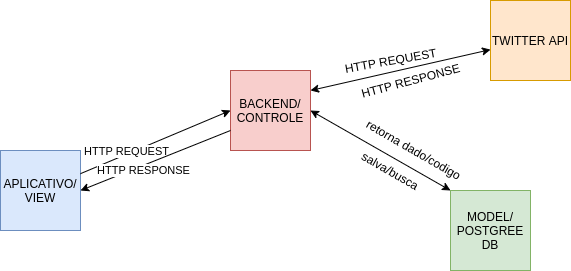
SAMCRODE/twillingbot-mobile keeps this draw.io diagram as 3.Projeto/3.1.DA/diagrama.png. Above is the earlier version. Source tidied: cells renumbered, new cells last; positions are measured from the earlier drawing's top-left corner, leaving out a move shared by most shapes. Its diagram source:
```xml
<mxGraphModel>
  <root>
    <mxCell id="0" />
    <mxCell id="1" parent="0" />
    <mxCell id="2" value="APLICATIVO/&lt;br&gt;VIEW" style="whiteSpace=wrap;html=1;fillColor=#dae8fc;strokeColor=#6c8ebf;" parent="1" vertex="1">
      <mxGeometry y="150" width="80" height="80" as="geometry" />
    </mxCell>
    <mxCell id="3" style="endArrow=classic;html=1;entryX=0;entryY=0.5;entryDx=0;entryDy=0;" parent="1" edge="1" source="2" target="5">
      <mxGeometry relative="1" as="geometry" />
    </mxCell>
    <mxCell id="4" value="HTTP REQUEST" style="edgeLabel;html=1;align=center;verticalAlign=middle;" parent="3" vertex="1">
      <mxGeometry x="-0.38" y="3" relative="1" as="geometry" />
    </mxCell>
    <mxCell id="5" value="BACKEND/&lt;br&gt;CONTROLE" style="whiteSpace=wrap;html=1;fillColor=#f8cecc;strokeColor=#b85450;" parent="1" vertex="1">
      <mxGeometry x="230" y="70" width="80" height="80" as="geometry" />
    </mxCell>
    <mxCell id="6" value="MODEL/&lt;br&gt;POSTGREE&lt;br&gt;DB" style="whiteSpace=wrap;html=1;fillColor=#d5e8d4;strokeColor=#82b366;" parent="1" vertex="1">
      <mxGeometry x="450" y="190" width="80" height="80" as="geometry" />
    </mxCell>
    <mxCell id="7" style="endArrow=classic;startArrow=classic;html=1;exitX=1;exitY=0.5;exitDx=0;exitDy=0;entryX=0;entryY=0;entryDx=0;entryDy=0;" parent="1" edge="1" source="5" target="6">
      <mxGeometry relative="1" as="geometry" />
    </mxCell>
    <mxCell id="8" value="salva/busca" style="text;html=1;align=center;verticalAlign=middle;rotation=30;" parent="1" vertex="1">
      <mxGeometry x="350" y="160" width="80" height="20" as="geometry" />
    </mxCell>
    <mxCell id="9" value="retorna dado/codigo&lt;br&gt;&lt;br&gt;" style="text;html=1;align=center;verticalAlign=middle;rotation=30;" parent="1" vertex="1">
      <mxGeometry x="350" y="140" width="120" height="30" as="geometry" />
    </mxCell>
    <mxCell id="10" style="endArrow=classic;html=1;entryX=1;entryY=0.5;entryDx=0;entryDy=0;exitX=0;exitY=0.75;exitDx=0;exitDy=0;" parent="1" edge="1" source="5" target="2">
      <mxGeometry relative="1" as="geometry" />
    </mxCell>
    <mxCell id="11" value="HTTP RESPONSE" style="edgeLabel;html=1;align=center;verticalAlign=middle;" parent="10" vertex="1">
      <mxGeometry x="0.18" y="4" relative="1" as="geometry" />
    </mxCell>
    <mxCell id="12" style="endArrow=classic;startArrow=classic;html=1;exitX=1;exitY=0.25;exitDx=0;exitDy=0;" parent="1" edge="1" source="5" target="13">
      <mxGeometry relative="1" as="geometry" />
    </mxCell>
    <mxCell id="13" value="TWITTER API" style="whiteSpace=wrap;html=1;fillColor=#ffe6cc;strokeColor=#d79b00;" parent="1" vertex="1">
      <mxGeometry x="490" width="80" height="80" as="geometry" />
    </mxCell>
    <mxCell id="14" value="HTTP REQUEST&lt;br&gt;" style="text;html=1;align=center;verticalAlign=middle;rotation=-10;" parent="1" vertex="1">
      <mxGeometry x="335" y="50" width="110" height="20" as="geometry" />
    </mxCell>
    <mxCell id="15" value="HTTP RESPONSE" style="text;html=1;align=center;verticalAlign=middle;rotation=-15;" parent="1" vertex="1">
      <mxGeometry x="350" y="70" width="120" height="20" as="geometry" />
    </mxCell>
  </root>
</mxGraphModel>
```
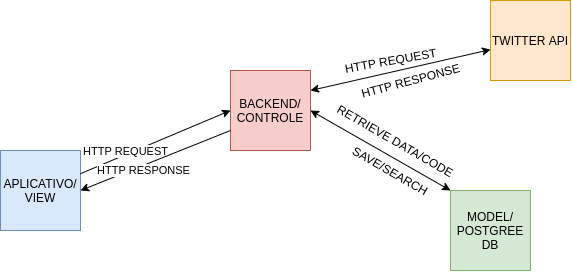
After the commit.

Commit message:
Updating arquitecture diagram

Change to the diagram source:
```diff
@@ -20,11 +20,11 @@
     <mxCell id="7" style="endArrow=classic;startArrow=classic;html=1;exitX=1;exitY=0.5;exitDx=0;exitDy=0;entryX=0;entryY=0;entryDx=0;entryDy=0;" parent="1" edge="1" source="5" target="6">
       <mxGeometry relative="1" as="geometry" />
     </mxCell>
-    <mxCell id="8" value="salva/busca" style="text;html=1;align=center;verticalAlign=middle;rotation=30;" parent="1" vertex="1">
-      <mxGeometry x="350" y="160" width="80" height="20" as="geometry" />
+    <mxCell id="8" value="SAVE/SEARCH" style="text;html=1;align=center;verticalAlign=middle;rotation=30;" parent="1" vertex="1">
+      <mxGeometry x="340" y="160" width="100" height="20" as="geometry" />
     </mxCell>
-    <mxCell id="9" value="retorna dado/codigo&lt;br&gt;&lt;br&gt;" style="text;html=1;align=center;verticalAlign=middle;rotation=30;" parent="1" vertex="1">
-      <mxGeometry x="350" y="140" width="120" height="30" as="geometry" />
+    <mxCell id="9" value="RETRIEVE DATA/CODE" style="text;html=1;align=center;verticalAlign=middle;rotation=30;" parent="1" vertex="1">
+      <mxGeometry x="320" y="130" width="150" height="20" as="geometry" />
     </mxCell>
     <mxCell id="10" style="endArrow=classic;html=1;entryX=1;entryY=0.5;entryDx=0;entryDy=0;exitX=0;exitY=0.75;exitDx=0;exitDy=0;" parent="1" edge="1" source="5" target="2">
       <mxGeometry relative="1" as="geometry" />
```
